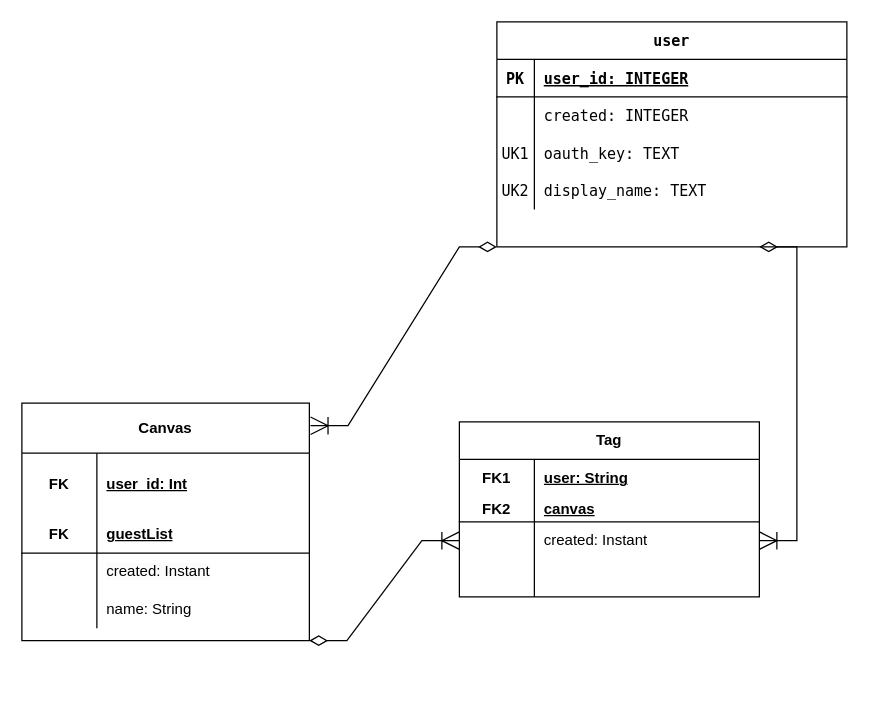
The draw.io diagram work/grafittiErd.drawio in ddc-java-16/grafitti-service, before the edit. Source tidied: cells renumbered, new cells numbered last; positions are measured from the earlier drawing's top-left corner, leaving out a move shared by most shapes. Both pictures are drawn from the tidied source at 125%, with x=0, y=0 at pixel (21, 21).
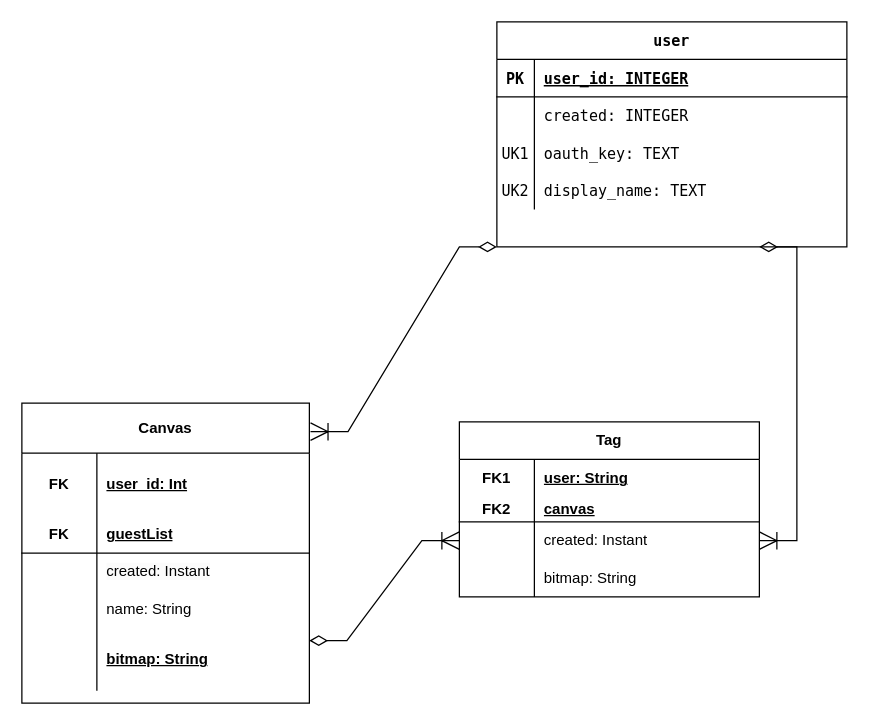
After the change.

Unchanged cells that the change refers to:
```xml
<mxCell id="12" style="shape=tableRow;horizontal=0;startSize=0;swimlaneHead=0;swimlaneBody=0;fillColor=none;top=0;left=0;right=0;bottom=0;html=1;" parent="2" vertex="1">
  <mxGeometry y="110" width="240" height="30" as="geometry" />
</mxCell>
```

Diff of the diagram source:
```diff
@@
-    <mxCell id="14" style="shape=partialRectangle;fillColor=none;top=0;left=0;bottom=0;right=0;align=left;spacingLeft=6;overflow=hidden;html=1;whiteSpace=wrap;" parent="12" vertex="1">
+    <mxCell id="14" value="bitmap: String" style="shape=partialRectangle;fillColor=none;top=0;left=0;bottom=0;right=0;align=left;spacingLeft=6;overflow=hidden;html=1;whiteSpace=wrap;" parent="12" vertex="1">
       <mxGeometry x="60" width="180" height="30" as="geometry" />
     </mxCell>
     <mxCell id="15" value="Canvas" style="shape=table;startSize=40;childLayout=tableLayout;rowLines=0;fontStyle=1;align=center;html=1;whiteSpace=wrap;" parent="1" vertex="1">
-      <mxGeometry y="305" width="230" height="190" as="geometry" />
+      <mxGeometry y="305" width="230" height="240" as="geometry" />
     </mxCell>
@@
+    <mxCell id="44" style="shape=tableRow;horizontal=0;startSize=0;swimlaneHead=0;swimlaneBody=0;fillColor=none;top=0;left=0;right=0;bottom=0;html=1;" parent="15" vertex="1">
+      <mxGeometry y="180" width="230" height="50" as="geometry" />
+    </mxCell>
+    <mxCell id="45" style="shape=partialRectangle;fillColor=none;top=0;left=0;bottom=0;right=0;fontStyle=1;overflow=hidden;html=1;whiteSpace=wrap;" parent="44" vertex="1">
+      <mxGeometry width="60" height="50" as="geometry" />
+    </mxCell>
+    <mxCell id="46" value="bitmap: String" style="shape=partialRectangle;fillColor=none;top=0;left=0;bottom=0;right=0;align=left;spacingLeft=6;fontStyle=5;overflow=hidden;html=1;whiteSpace=wrap;" parent="44" vertex="1">
+      <mxGeometry x="60" width="170" height="50" as="geometry" />
+    </mxCell>
```
